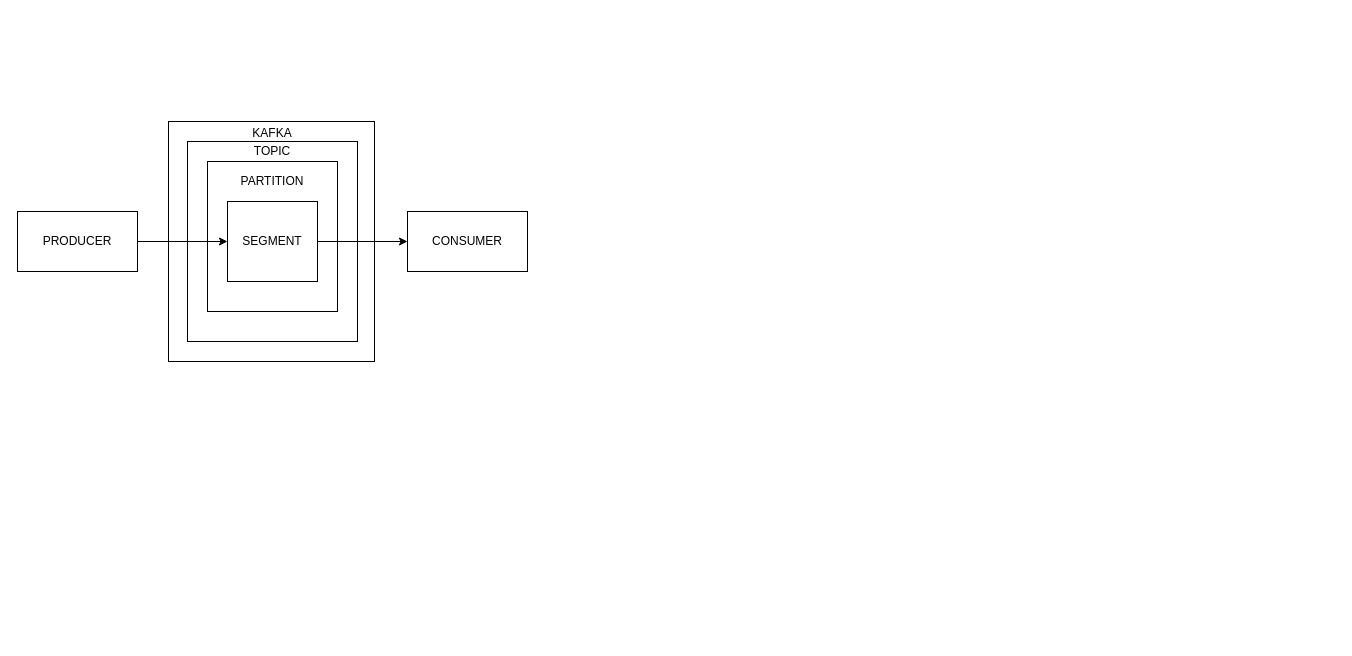
Above: draw.Drawio in ardi-orrorin/DevStudy (draw.io), before the change. Source tidied: cells renumbered, new cells numbered last; positions are measured from the earlier drawing's top-left corner, leaving out a move shared by most shapes. Both pictures are drawn from the tidied source at 100%, with x=0, y=0 at pixel (17, 118).
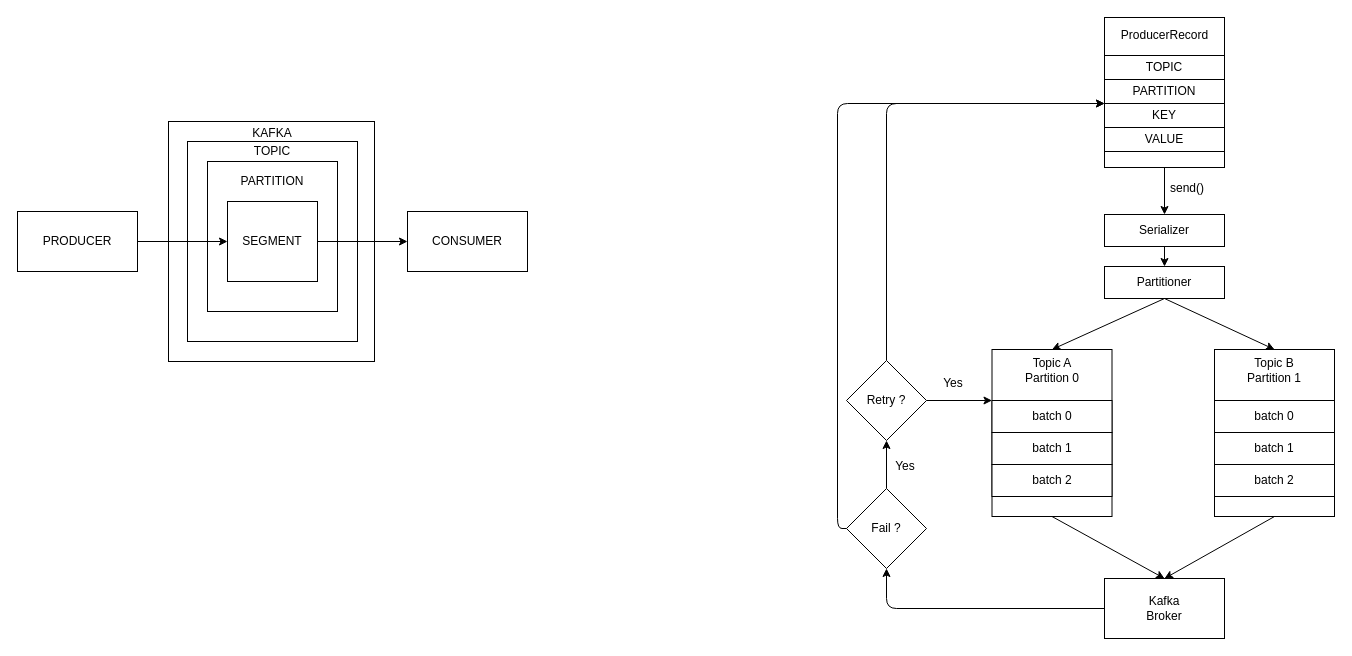
The same diagram, later.

Diff of the diagram source:
```diff
@@
+    <mxCell id="13" style="edgeStyle=none;html=1;exitX=0.5;exitY=1;exitDx=0;exitDy=0;entryX=0.5;entryY=0;entryDx=0;entryDy=0;" parent="1" edge="1" source="14" target="21">
+      <mxGeometry relative="1" as="geometry" />
+    </mxCell>
+    <mxCell id="14" style="whiteSpace=wrap;html=1;" parent="1" vertex="1">
+      <mxGeometry x="1087" y="-101" width="120" height="150" as="geometry" />
+    </mxCell>
+    <mxCell id="15" value="ProducerRecord" style="text;html=1;align=center;verticalAlign=middle;strokeColor=none;fillColor=none;" parent="1" vertex="1">
+      <mxGeometry x="1094.5" y="-96" width="105" height="26" as="geometry" />
+    </mxCell>
+    <mxCell id="16" value="TOPIC" style="whiteSpace=wrap;html=1;" parent="1" vertex="1">
+      <mxGeometry x="1087" y="-63" width="120" height="24" as="geometry" />
+    </mxCell>
+    <mxCell id="17" value="PARTITION" style="whiteSpace=wrap;html=1;" parent="1" vertex="1">
+      <mxGeometry x="1087" y="-39" width="120" height="24" as="geometry" />
+    </mxCell>
+    <mxCell id="18" value="KEY" style="whiteSpace=wrap;html=1;" parent="1" vertex="1">
+      <mxGeometry x="1087" y="-15" width="120" height="24" as="geometry" />
+    </mxCell>
+    <mxCell id="19" value="VALUE" style="whiteSpace=wrap;html=1;" parent="1" vertex="1">
+      <mxGeometry x="1087" y="9" width="120" height="24" as="geometry" />
+    </mxCell>
+    <mxCell id="20" style="edgeStyle=none;html=1;exitX=0.5;exitY=1;exitDx=0;exitDy=0;entryX=0.5;entryY=0;entryDx=0;entryDy=0;" parent="1" edge="1" source="21" target="24">
+      <mxGeometry relative="1" as="geometry" />
+    </mxCell>
+    <mxCell id="21" value="Serializer" style="whiteSpace=wrap;html=1;" parent="1" vertex="1">
+      <mxGeometry x="1087" y="96" width="120" height="32" as="geometry" />
+    </mxCell>
+    <mxCell id="22" style="edgeStyle=none;html=1;exitX=0.5;exitY=1;exitDx=0;exitDy=0;entryX=0.5;entryY=0;entryDx=0;entryDy=0;" parent="1" edge="1" source="24" target="26">
+      <mxGeometry relative="1" as="geometry" />
+    </mxCell>
+    <mxCell id="23" style="edgeStyle=none;html=1;exitX=0.5;exitY=1;exitDx=0;exitDy=0;entryX=0.5;entryY=0;entryDx=0;entryDy=0;" parent="1" edge="1" source="24" target="32">
+      <mxGeometry relative="1" as="geometry" />
+    </mxCell>
+    <mxCell id="24" value="Partitioner" style="whiteSpace=wrap;html=1;" parent="1" vertex="1">
+      <mxGeometry x="1087" y="148" width="120" height="32" as="geometry" />
+    </mxCell>
+    <mxCell id="25" style="edgeStyle=none;html=1;exitX=0.5;exitY=1;exitDx=0;exitDy=0;entryX=0.5;entryY=0;entryDx=0;entryDy=0;" parent="1" edge="1" source="26" target="38">
+      <mxGeometry relative="1" as="geometry" />
+    </mxCell>
+    <mxCell id="26" style="whiteSpace=wrap;html=1;" parent="1" vertex="1">
+      <mxGeometry x="974.5" y="231" width="120" height="167" as="geometry" />
+    </mxCell>
+    <mxCell id="27" value="Topic A&lt;br&gt;Partition 0" style="text;strokeColor=none;align=center;fillColor=none;html=1;verticalAlign=middle;whiteSpace=wrap;rounded=0;" parent="1" vertex="1">
+      <mxGeometry x="1004.5" y="237" width="60" height="30" as="geometry" />
+    </mxCell>
+    <mxCell id="28" value="batch 0" style="whiteSpace=wrap;html=1;" parent="1" vertex="1">
+      <mxGeometry x="974.5" y="282" width="120" height="32" as="geometry" />
+    </mxCell>
+    <mxCell id="29" value="batch 1" style="whiteSpace=wrap;html=1;" parent="1" vertex="1">
+      <mxGeometry x="974.5" y="314" width="120" height="32" as="geometry" />
+    </mxCell>
+    <mxCell id="30" value="batch 2" style="whiteSpace=wrap;html=1;" parent="1" vertex="1">
+      <mxGeometry x="974.5" y="346" width="120" height="32" as="geometry" />
+    </mxCell>
+    <mxCell id="31" style="edgeStyle=none;html=1;exitX=0.5;exitY=1;exitDx=0;exitDy=0;entryX=0.5;entryY=0;entryDx=0;entryDy=0;" parent="1" edge="1" source="32" target="38">
+      <mxGeometry relative="1" as="geometry" />
+    </mxCell>
+    <mxCell id="32" style="whiteSpace=wrap;html=1;" parent="1" vertex="1">
+      <mxGeometry x="1197" y="231" width="120" height="167" as="geometry" />
+    </mxCell>
+    <mxCell id="33" value="Topic B&lt;br&gt;Partition 1" style="text;strokeColor=none;align=center;fillColor=none;html=1;verticalAlign=middle;whiteSpace=wrap;rounded=0;" parent="1" vertex="1">
+      <mxGeometry x="1227" y="237" width="60" height="30" as="geometry" />
+    </mxCell>
+    <mxCell id="34" value="batch 0" style="whiteSpace=wrap;html=1;" parent="1" vertex="1">
+      <mxGeometry x="1197" y="282" width="120" height="32" as="geometry" />
+    </mxCell>
+    <mxCell id="35" value="batch 1" style="whiteSpace=wrap;html=1;" parent="1" vertex="1">
+      <mxGeometry x="1197" y="314" width="120" height="32" as="geometry" />
+    </mxCell>
+    <mxCell id="36" value="batch 2" style="whiteSpace=wrap;html=1;" parent="1" vertex="1">
+      <mxGeometry x="1197" y="346" width="120" height="32" as="geometry" />
+    </mxCell>
+    <mxCell id="37" style="edgeStyle=none;html=1;exitX=0;exitY=0.5;exitDx=0;exitDy=0;entryX=0.5;entryY=1;entryDx=0;entryDy=0;" parent="1" edge="1" source="38" target="42">
+      <mxGeometry relative="1" as="geometry">
+        <Array as="points">
+          <mxPoint x="869" y="490" />
+        </Array>
+      </mxGeometry>
+    </mxCell>
+    <mxCell id="38" value="Kafka&lt;br&gt;Broker" style="whiteSpace=wrap;html=1;" parent="1" vertex="1">
+      <mxGeometry x="1087" y="460" width="120" height="60" as="geometry" />
+    </mxCell>
+    <mxCell id="39" value="send()" style="text;strokeColor=none;align=center;fillColor=none;html=1;verticalAlign=middle;whiteSpace=wrap;rounded=0;" parent="1" vertex="1">
+      <mxGeometry x="1139.5" y="55" width="60" height="30" as="geometry" />
+    </mxCell>
+    <mxCell id="40" style="edgeStyle=none;html=1;exitX=0.5;exitY=0;exitDx=0;exitDy=0;entryX=0.5;entryY=1;entryDx=0;entryDy=0;" parent="1" edge="1" source="42" target="45">
+      <mxGeometry relative="1" as="geometry" />
+    </mxCell>
+    <mxCell id="41" style="edgeStyle=none;html=1;exitX=0;exitY=0.5;exitDx=0;exitDy=0;entryX=0;entryY=0;entryDx=0;entryDy=0;" parent="1" edge="1" source="42" target="18">
+      <mxGeometry relative="1" as="geometry">
+        <Array as="points">
+          <mxPoint x="820" y="410" />
+          <mxPoint x="820" y="-15" />
+        </Array>
+      </mxGeometry>
+    </mxCell>
+    <mxCell id="42" value="Fail ?" style="rhombus;whiteSpace=wrap;html=1;" parent="1" vertex="1">
+      <mxGeometry x="829" y="370" width="80" height="80" as="geometry" />
+    </mxCell>
+    <mxCell id="43" style="edgeStyle=none;html=1;exitX=1;exitY=0.5;exitDx=0;exitDy=0;entryX=0;entryY=0;entryDx=0;entryDy=0;" parent="1" edge="1" source="45" target="28">
+      <mxGeometry relative="1" as="geometry" />
+    </mxCell>
+    <mxCell id="44" style="edgeStyle=none;html=1;exitX=0.5;exitY=0;exitDx=0;exitDy=0;entryX=0;entryY=0;entryDx=0;entryDy=0;" parent="1" edge="1" source="45" target="18">
+      <mxGeometry relative="1" as="geometry">
+        <Array as="points">
+          <mxPoint x="869" y="-15" />
+        </Array>
+      </mxGeometry>
+    </mxCell>
+    <mxCell id="45" value="Retry ?" style="rhombus;whiteSpace=wrap;html=1;" parent="1" vertex="1">
+      <mxGeometry x="829" y="242" width="80" height="80" as="geometry" />
+    </mxCell>
+    <mxCell id="46" value="Yes" style="text;strokeColor=none;align=center;fillColor=none;html=1;verticalAlign=middle;whiteSpace=wrap;rounded=0;" parent="1" vertex="1">
+      <mxGeometry x="906.4" y="249.7" width="60" height="30" as="geometry" />
+    </mxCell>
+    <mxCell id="47" value="Yes" style="text;strokeColor=none;align=center;fillColor=none;html=1;verticalAlign=middle;whiteSpace=wrap;rounded=0;" parent="1" vertex="1">
+      <mxGeometry x="858" y="333" width="60" height="30" as="geometry" />
+    </mxCell>
```
